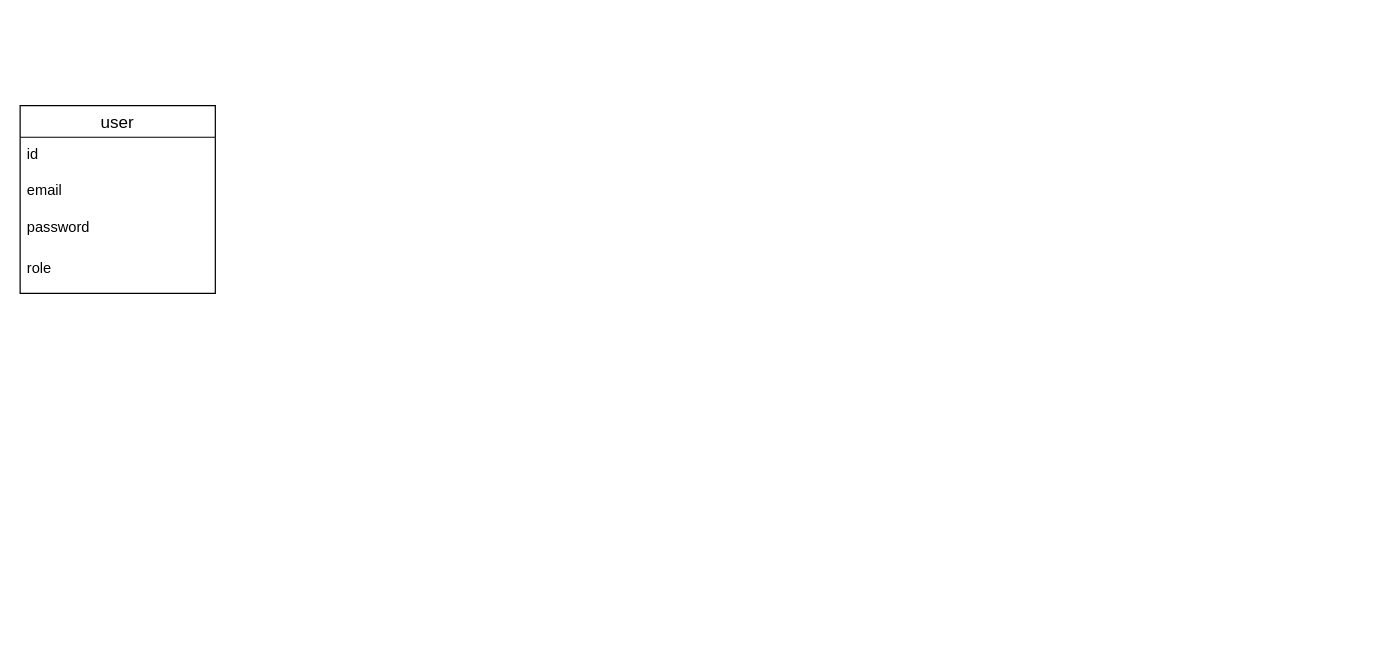
Above: Untitled Diagram.drawio in alenworld/alenworld (draw.io), before the change. Source tidied: cells renumbered, new cells numbered last; positions are measured from the earlier drawing's top-left corner, leaving out a move shared by most shapes. Both pictures are drawn from the tidied source at 122%, with x=0, y=0 at pixel (20, 105).
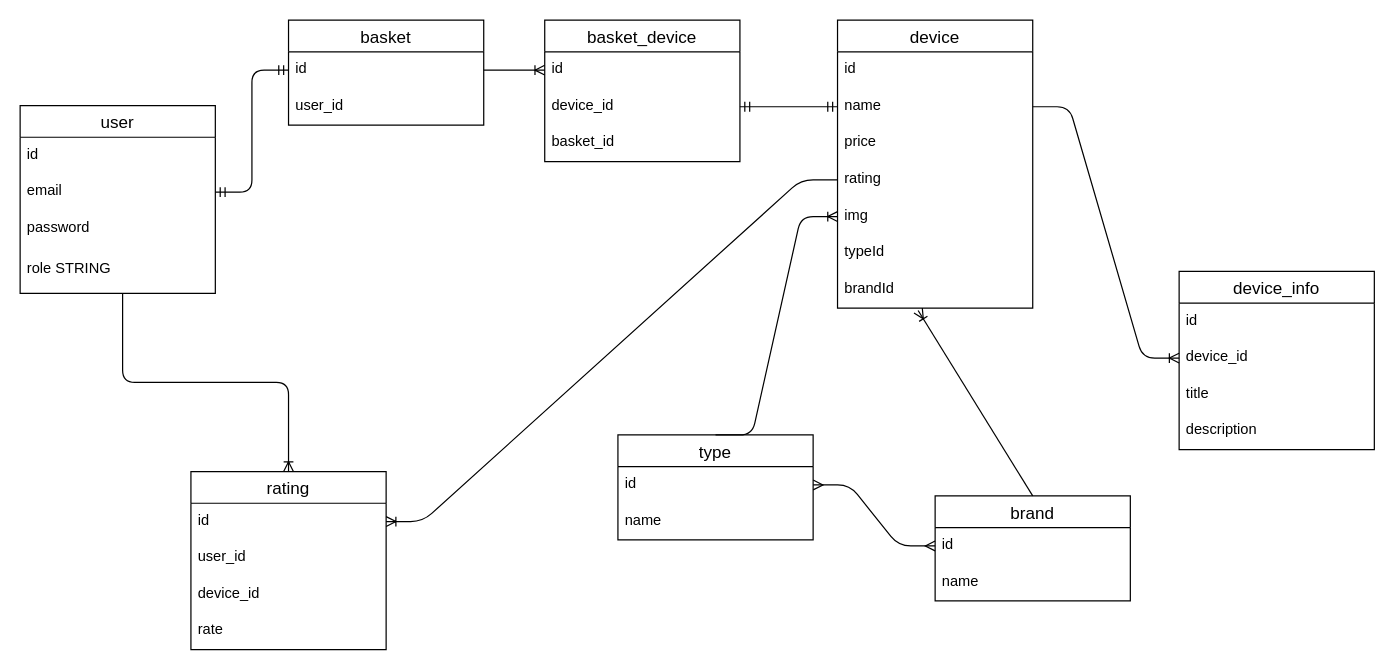
The same diagram, later.

The change refers to these unchanged cells:
```xml
<mxCell id="2" value="user" style="swimlane;fontStyle=0;horizontal=1;startSize=26;align=center;fontSize=14;" parent="1" vertex="1">
  <mxGeometry width="160" height="154" as="geometry" />
</mxCell>
<mxCell id="4" value="email" style="text;strokeColor=none;fillColor=none;spacingLeft=4;spacingRight=4;overflow=hidden;points=[[0,0.5],[1,0.5]];portConstraint=eastwest;fontSize=12;" parent="2" vertex="1">
  <mxGeometry y="56" width="160" height="30" as="geometry" />
</mxCell>
```

What changed in the source:
```diff
@@
-    <mxCell id="6" value="role" style="text;strokeColor=none;spacingLeft=4;spacingRight=4;overflow=hidden;points=[[0,0.5],[1,0.5]];portConstraint=eastwest;fontSize=12;" parent="2" vertex="1">
+    <mxCell id="6" value="role STRING" style="text;strokeColor=none;spacingLeft=4;spacingRight=4;overflow=hidden;points=[[0,0.5],[1,0.5]];portConstraint=eastwest;fontSize=12;" parent="2" vertex="1">
       <mxGeometry y="120" width="160" height="34" as="geometry" />
     </mxCell>
+    <mxCell id="7" value="basket" style="swimlane;fontStyle=0;horizontal=1;startSize=26;align=center;fontSize=14;" parent="1" vertex="1">
+      <mxGeometry x="220" y="-70" width="160" height="86" as="geometry" />
+    </mxCell>
+    <mxCell id="8" value="id " style="text;strokeColor=none;fillColor=none;spacingLeft=4;spacingRight=4;overflow=hidden;points=[[0,0.5],[1,0.5]];portConstraint=eastwest;fontSize=12;" parent="7" vertex="1">
+      <mxGeometry y="26" width="160" height="30" as="geometry" />
+    </mxCell>
+    <mxCell id="9" value="user_id" style="text;strokeColor=none;fillColor=none;spacingLeft=4;spacingRight=4;overflow=hidden;fontSize=12;" parent="7" vertex="1">
+      <mxGeometry y="56" width="160" height="30" as="geometry" />
+    </mxCell>
+    <mxCell id="10" style="edgeStyle=entityRelationEdgeStyle;fontSize=12;html=1;endArrow=ERmandOne;startArrow=ERmandOne;exitX=1;exitY=0.5;exitDx=0;exitDy=0;entryX=0;entryY=0.5;entryDx=0;entryDy=0;" parent="1" edge="1" source="4" target="8">
+      <mxGeometry relative="1" as="geometry" />
+    </mxCell>
+    <mxCell id="11" value="device" style="swimlane;fontStyle=0;horizontal=1;startSize=26;align=center;fontSize=14;fillColor=none;" parent="1" vertex="1">
+      <mxGeometry x="670" y="-70" width="160" height="236" as="geometry" />
+    </mxCell>
+    <mxCell id="12" value="id" style="text;strokeColor=none;fillColor=none;spacingLeft=4;spacingRight=4;overflow=hidden;fontSize=12;" parent="11" vertex="1">
+      <mxGeometry y="26" width="160" height="30" as="geometry" />
+    </mxCell>
+    <mxCell id="13" value="name" style="text;strokeColor=none;fillColor=none;spacingLeft=4;spacingRight=4;overflow=hidden;points=[[0,0.5],[1,0.5]];portConstraint=eastwest;fontSize=12;" parent="11" vertex="1">
+      <mxGeometry y="56" width="160" height="30" as="geometry" />
+    </mxCell>
+    <mxCell id="14" value="price" style="text;strokeColor=none;fillColor=none;spacingLeft=4;spacingRight=4;overflow=hidden;fontSize=12;" parent="11" vertex="1">
+      <mxGeometry y="86" width="160" height="30" as="geometry" />
+    </mxCell>
+    <mxCell id="15" value="rating" style="text;strokeColor=none;fillColor=none;spacingLeft=4;spacingRight=4;overflow=hidden;points=[[0,0.5],[1,0.5]];portConstraint=eastwest;fontSize=12;" parent="11" vertex="1">
+      <mxGeometry y="116" width="160" height="30" as="geometry" />
+    </mxCell>
+    <mxCell id="16" value="img" style="text;strokeColor=none;fillColor=none;spacingLeft=4;spacingRight=4;overflow=hidden;points=[[0,0.5],[1,0.5]];portConstraint=eastwest;fontSize=12;" parent="11" vertex="1">
+      <mxGeometry y="146" width="160" height="30" as="geometry" />
+    </mxCell>
+    <mxCell id="17" value="typeId" style="text;strokeColor=none;fillColor=none;spacingLeft=4;spacingRight=4;overflow=hidden;fontSize=12;" parent="11" vertex="1">
+      <mxGeometry y="176" width="160" height="30" as="geometry" />
+    </mxCell>
+    <mxCell id="18" value="brandId" style="text;strokeColor=none;fillColor=none;spacingLeft=4;spacingRight=4;overflow=hidden;points=[[0,0.5],[1,0.5]];portConstraint=eastwest;fontSize=12;" parent="11" vertex="1">
+      <mxGeometry y="206" width="160" height="30" as="geometry" />
+    </mxCell>
+    <mxCell id="19" value="type" style="swimlane;fontStyle=0;horizontal=1;startSize=26;align=center;fontSize=14;fillColor=none;" parent="1" vertex="1">
+      <mxGeometry x="490" y="270" width="160" height="86" as="geometry" />
+    </mxCell>
+    <mxCell id="20" value="id" style="text;strokeColor=none;fillColor=none;spacingLeft=4;spacingRight=4;overflow=hidden;points=[[0,0.5],[1,0.5]];portConstraint=eastwest;fontSize=12;" parent="19" vertex="1">
+      <mxGeometry y="26" width="160" height="30" as="geometry" />
+    </mxCell>
+    <mxCell id="21" value="name" style="text;strokeColor=none;fillColor=none;spacingLeft=4;spacingRight=4;overflow=hidden;fontSize=12;" parent="19" vertex="1">
+      <mxGeometry y="56" width="160" height="30" as="geometry" />
+    </mxCell>
+    <mxCell id="22" value="brand" style="swimlane;fontStyle=0;horizontal=1;startSize=26;align=center;fontSize=14;fillColor=none;" parent="1" vertex="1">
+      <mxGeometry x="750" y="320" width="160" height="86" as="geometry" />
+    </mxCell>
+    <mxCell id="23" value="id" style="text;strokeColor=none;fillColor=none;spacingLeft=4;spacingRight=4;overflow=hidden;points=[[0,0.5],[1,0.5]];portConstraint=eastwest;fontSize=12;" parent="22" vertex="1">
+      <mxGeometry y="26" width="160" height="30" as="geometry" />
+    </mxCell>
+    <mxCell id="24" value="name" style="text;strokeColor=none;fillColor=none;spacingLeft=4;spacingRight=4;overflow=hidden;fontSize=12;" parent="22" vertex="1">
+      <mxGeometry y="56" width="160" height="30" as="geometry" />
+    </mxCell>
+    <mxCell id="25" style="edgeStyle=entityRelationEdgeStyle;fontSize=12;html=1;endArrow=ERoneToMany;exitX=0.5;exitY=0;exitDx=0;exitDy=0;entryX=0;entryY=0.5;entryDx=0;entryDy=0;" parent="1" edge="1" source="19" target="16">
+      <mxGeometry relative="1" as="geometry" />
+    </mxCell>
+    <mxCell id="26" style="fontSize=12;html=1;endArrow=ERoneToMany;exitX=0.5;exitY=0;exitDx=0;exitDy=0;entryX=0.413;entryY=1.067;entryDx=0;entryDy=0;entryPerimeter=0;" parent="1" edge="1" source="22" target="18">
+      <mxGeometry relative="1" as="geometry" />
+    </mxCell>
+    <mxCell id="27" style="edgeStyle=entityRelationEdgeStyle;fontSize=12;html=1;endArrow=ERmany;startArrow=ERmany;entryX=0;entryY=0.5;entryDx=0;entryDy=0;exitX=1;exitY=0.5;exitDx=0;exitDy=0;" parent="1" edge="1" source="20" target="23">
+      <mxGeometry relative="1" as="geometry" />
+    </mxCell>
+    <mxCell id="28" value="device_info" style="swimlane;fontStyle=0;horizontal=1;startSize=26;align=center;fontSize=14;fillColor=none;" parent="1" vertex="1">
+      <mxGeometry x="950" y="136" width="160" height="146" as="geometry" />
+    </mxCell>
+    <mxCell id="29" value="id" style="text;strokeColor=none;fillColor=none;spacingLeft=4;spacingRight=4;overflow=hidden;fontSize=12;" parent="28" vertex="1">
+      <mxGeometry y="26" width="160" height="30" as="geometry" />
+    </mxCell>
+    <mxCell id="30" value="device_id" style="text;strokeColor=none;fillColor=none;spacingLeft=4;spacingRight=4;overflow=hidden;points=[[0,0.5],[1,0.5]];portConstraint=eastwest;fontSize=12;" parent="28" vertex="1">
+      <mxGeometry y="56" width="160" height="30" as="geometry" />
+    </mxCell>
+    <mxCell id="31" value="title" style="text;strokeColor=none;fillColor=none;spacingLeft=4;spacingRight=4;overflow=hidden;fontSize=12;" parent="28" vertex="1">
+      <mxGeometry y="86" width="160" height="30" as="geometry" />
+    </mxCell>
+    <mxCell id="32" value="description" style="text;strokeColor=none;fillColor=none;spacingLeft=4;spacingRight=4;overflow=hidden;fontSize=12;" parent="28" vertex="1">
+      <mxGeometry y="116" width="160" height="30" as="geometry" />
+    </mxCell>
+    <mxCell id="33" style="edgeStyle=entityRelationEdgeStyle;fontSize=12;html=1;endArrow=ERoneToMany;entryX=0;entryY=0.5;entryDx=0;entryDy=0;" parent="1" edge="1" source="13" target="30">
+      <mxGeometry relative="1" as="geometry" />
+    </mxCell>
+    <mxCell id="34" value="basket_device" style="swimlane;fontStyle=0;horizontal=1;startSize=26;align=center;fontSize=14;fillColor=none;" parent="1" vertex="1">
+      <mxGeometry x="430" y="-70" width="160" height="116" as="geometry" />
+    </mxCell>
+    <mxCell id="35" value="id" style="text;strokeColor=none;fillColor=none;spacingLeft=4;spacingRight=4;overflow=hidden;points=[[0,0.5],[1,0.5]];portConstraint=eastwest;fontSize=12;" parent="34" vertex="1">
+      <mxGeometry y="26" width="160" height="30" as="geometry" />
+    </mxCell>
+    <mxCell id="36" value="device_id" style="text;strokeColor=none;fillColor=none;spacingLeft=4;spacingRight=4;overflow=hidden;points=[[0,0.5],[1,0.5]];portConstraint=eastwest;fontSize=12;" parent="34" vertex="1">
+      <mxGeometry y="56" width="160" height="30" as="geometry" />
+    </mxCell>
+    <mxCell id="37" value="basket_id" style="text;strokeColor=none;fillColor=none;spacingLeft=4;spacingRight=4;overflow=hidden;fontSize=12;" parent="34" vertex="1">
+      <mxGeometry y="86" width="160" height="30" as="geometry" />
+    </mxCell>
+    <mxCell id="38" style="edgeStyle=entityRelationEdgeStyle;fontSize=12;html=1;endArrow=ERoneToMany;exitX=1;exitY=0.5;exitDx=0;exitDy=0;entryX=0;entryY=0.5;entryDx=0;entryDy=0;" parent="1" edge="1" source="8" target="35">
+      <mxGeometry relative="1" as="geometry" />
+    </mxCell>
+    <mxCell id="39" style="edgeStyle=entityRelationEdgeStyle;fontSize=12;html=1;endArrow=ERmandOne;startArrow=ERmandOne;entryX=0;entryY=0.5;entryDx=0;entryDy=0;exitX=1;exitY=0.5;exitDx=0;exitDy=0;" parent="1" edge="1" source="36" target="13">
+      <mxGeometry relative="1" as="geometry" />
+    </mxCell>
+    <mxCell id="40" value="rating" style="swimlane;fontStyle=0;horizontal=1;startSize=26;align=center;fontSize=14;fillColor=none;" parent="1" vertex="1">
+      <mxGeometry x="140" y="300" width="160" height="146" as="geometry" />
+    </mxCell>
+    <mxCell id="41" value="id" style="text;strokeColor=none;fillColor=none;spacingLeft=4;spacingRight=4;overflow=hidden;points=[[0,0.5],[1,0.5]];portConstraint=eastwest;fontSize=12;" parent="40" vertex="1">
+      <mxGeometry y="26" width="160" height="30" as="geometry" />
+    </mxCell>
+    <mxCell id="42" value="user_id" style="text;strokeColor=none;fillColor=none;spacingLeft=4;spacingRight=4;overflow=hidden;fontSize=12;" parent="40" vertex="1">
+      <mxGeometry y="56" width="160" height="30" as="geometry" />
+    </mxCell>
+    <mxCell id="43" value="device_id" style="text;strokeColor=none;fillColor=none;spacingLeft=4;spacingRight=4;overflow=hidden;fontSize=12;" parent="40" vertex="1">
+      <mxGeometry y="86" width="160" height="30" as="geometry" />
+    </mxCell>
+    <mxCell id="44" value="rate" style="text;strokeColor=none;fillColor=none;spacingLeft=4;spacingRight=4;overflow=hidden;fontSize=12;" parent="40" vertex="1">
+      <mxGeometry y="116" width="160" height="30" as="geometry" />
+    </mxCell>
+    <mxCell id="45" style="edgeStyle=orthogonalEdgeStyle;fontSize=12;html=1;endArrow=ERoneToMany;exitX=0.525;exitY=1;exitDx=0;exitDy=0;exitPerimeter=0;entryX=0.5;entryY=0;entryDx=0;entryDy=0;" parent="1" edge="1" source="6" target="40">
+      <mxGeometry relative="1" as="geometry" />
+    </mxCell>
+    <mxCell id="46" style="edgeStyle=entityRelationEdgeStyle;fontSize=12;html=1;endArrow=ERoneToMany;exitX=0;exitY=0.5;exitDx=0;exitDy=0;entryX=1;entryY=0.5;entryDx=0;entryDy=0;" parent="1" edge="1" source="15" target="41">
+      <mxGeometry relative="1" as="geometry" />
+    </mxCell>
```
